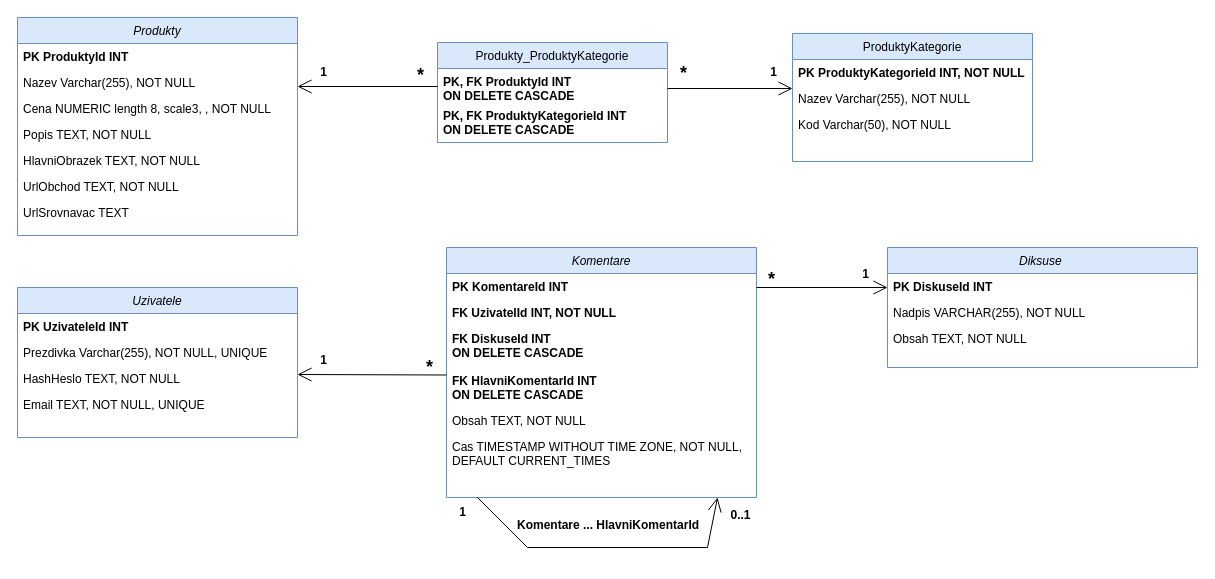
Above: UML fyzicky datovy model.drawio in MarketaTrnkova/MamouZodpovedne (draw.io), before the change. Source tidied: cells renumbered, new cells numbered last; positions are measured from the earlier drawing's top-left corner, leaving out a move shared by most shapes. Both pictures are drawn from the tidied source at 100%, with x=0, y=0 at pixel (17, 17).
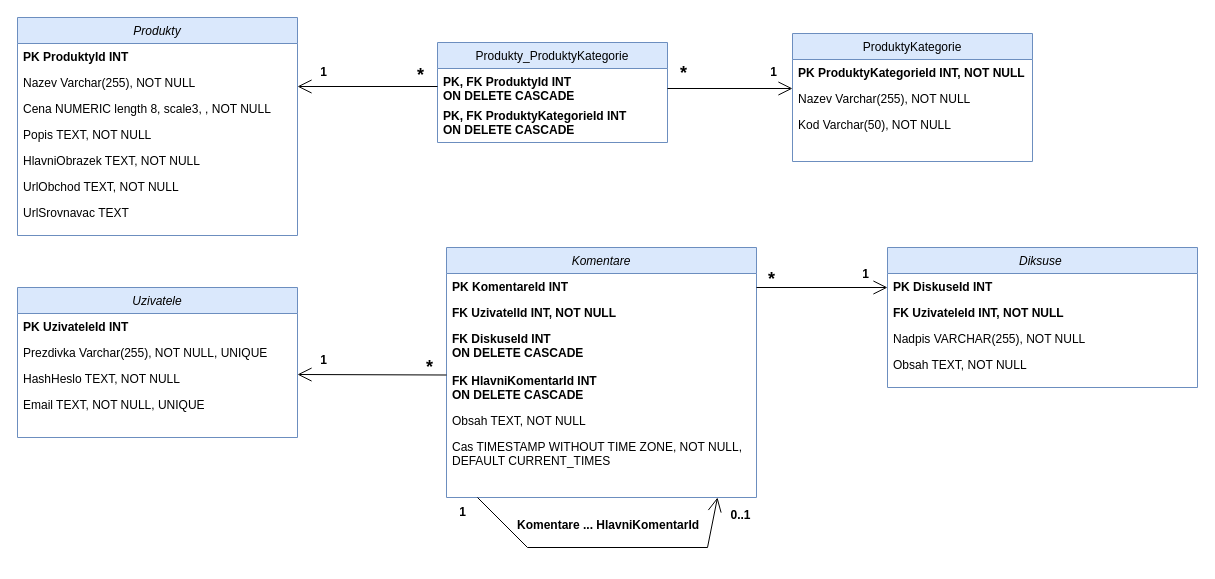
Above is the later version.

The edit, as a diff of the source:
```diff
@@
     <mxCell id="42" value="Diksuse " style="swimlane;fontStyle=2;align=center;verticalAlign=top;horizontal=1;startSize=26;rounded=0;shadow=0;strokeWidth=1;fillColor=#dae8fc;strokeColor=#6c8ebf;" parent="1" vertex="1">
-      <mxGeometry x="870" y="230" width="310" height="120" as="geometry" />
+      <mxGeometry x="870" y="230" width="310" height="140" as="geometry" />
     </mxCell>
@@
+    <mxCell id="49" value="FK UzivateleId INT, NOT NULL" style="text;align=left;verticalAlign=top;spacingLeft=4;spacingRight=4;overflow=hidden;rounded=0;shadow=0;html=0;fontStyle=1;" parent="42" vertex="1">
+      <mxGeometry y="52" width="310" height="26" as="geometry" />
+    </mxCell>
     <mxCell id="44" value="Nadpis VARCHAR(255), NOT NULL" style="text;align=left;verticalAlign=top;spacingLeft=4;spacingRight=4;overflow=hidden;rounded=0;shadow=0;html=0;fontStyle=0;" parent="42" vertex="1">
-      <mxGeometry y="52" width="310" height="26" as="geometry" />
+      <mxGeometry y="78" width="310" height="26" as="geometry" />
     </mxCell>
     <mxCell id="45" value="Obsah TEXT, NOT NULL" style="text;align=left;verticalAlign=top;spacingLeft=4;spacingRight=4;overflow=hidden;rounded=0;shadow=0;html=0;fontStyle=0;" parent="42" vertex="1">
-      <mxGeometry y="78" width="310" height="26" as="geometry" />
+      <mxGeometry y="104" width="310" height="26" as="geometry" />
     </mxCell>
```
